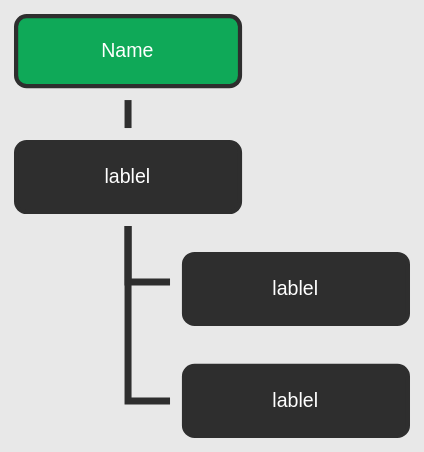
Earlier version of the draw.io export statics/imgs/init-Page-6.svg (pegandoasmanhas/init). Source tidied: cells renumbered, new cells last; positions are measured from the earlier drawing's top-left corner, leaving out a move shared by most shapes. Source of this version:
```xml
<mxGraphModel background="#E8E8E8">
  <root>
    <mxCell id="0" />
    <mxCell id="1" parent="0" />
    <mxCell id="2" style="rounded=0;jettySize=auto;html=1;fontSize=14;fontColor=#FFFFFF;endArrow=none;endFill=0;strokeWidth=5;targetPerimeterSpacing=10;sourcePerimeterSpacing=10;strokeColor=#2E2E2E;" parent="1" edge="1" source="3" target="5">
      <mxGeometry relative="1" as="geometry" />
    </mxCell>
    <object id="3" label="%lablel%" lablel="Name" placeholders="1">
      <mxCell style="rounded=1;whiteSpace=wrap;html=1;fontSize=14;fontColor=#FFFFFF;fillColor=#0FA958;strokeColor=#2E2E2E;strokeWidth=3;" parent="1" vertex="1">
        <mxGeometry width="160" height="50" as="geometry" />
      </mxCell>
    </object>
    <mxCell id="4" style="edgeStyle=orthogonalEdgeStyle;rounded=0;jettySize=auto;html=1;fontSize=14;fontColor=#FFFFFF;endArrow=none;endFill=0;sourcePerimeterSpacing=10;targetPerimeterSpacing=10;strokeColor=#2E2E2E;strokeWidth=5;" parent="1" edge="1" source="5" target="8">
      <mxGeometry relative="1" as="geometry">
        <Array as="points">
          <mxPoint x="80" y="275" />
        </Array>
      </mxGeometry>
    </mxCell>
    <object id="5" label="%lablel%" lablel="lablel" placeholders="1">
      <mxCell style="rounded=1;whiteSpace=wrap;html=1;fontSize=14;fontColor=#FFFFFF;strokeWidth=3;strokeColor=#2E2E2E;fillColor=#2E2E2E;" parent="1" vertex="1">
        <mxGeometry y="90" width="160" height="50" as="geometry" />
      </mxCell>
    </object>
    <mxCell id="6" style="edgeStyle=orthogonalEdgeStyle;rounded=0;jettySize=auto;html=1;fontSize=14;fontColor=#FFFFFF;endArrow=none;endFill=0;sourcePerimeterSpacing=10;targetPerimeterSpacing=10;strokeColor=#2E2E2E;strokeWidth=5;" parent="1" edge="1" source="7" target="5">
      <mxGeometry relative="1" as="geometry">
        <Array as="points">
          <mxPoint x="80" y="190" />
        </Array>
      </mxGeometry>
    </mxCell>
    <object id="7" label="&lt;font face=&quot;helvetica&quot;&gt;%lablel%&lt;/font&gt;" lablel="lablel" placeholders="1">
      <mxCell style="rounded=1;whiteSpace=wrap;html=1;fontSize=14;fillColor=#2E2E2E;fontColor=#FFFFFF;strokeColor=#2E2E2E;strokeWidth=3;" parent="1" vertex="1">
        <mxGeometry x="120" y="170" width="160" height="50" as="geometry" />
      </mxCell>
    </object>
    <object id="8" label="%lablel%" lablel="lablel" placeholders="1">
      <mxCell style="rounded=1;whiteSpace=wrap;html=1;fontSize=14;fillColor=#2E2E2E;fontColor=#FFFFFF;strokeColor=#2E2E2E;strokeWidth=3;" parent="1" vertex="1">
        <mxGeometry x="120" y="250" width="160" height="50" as="geometry" />
      </mxCell>
    </object>
  </root>
</mxGraphModel>
```
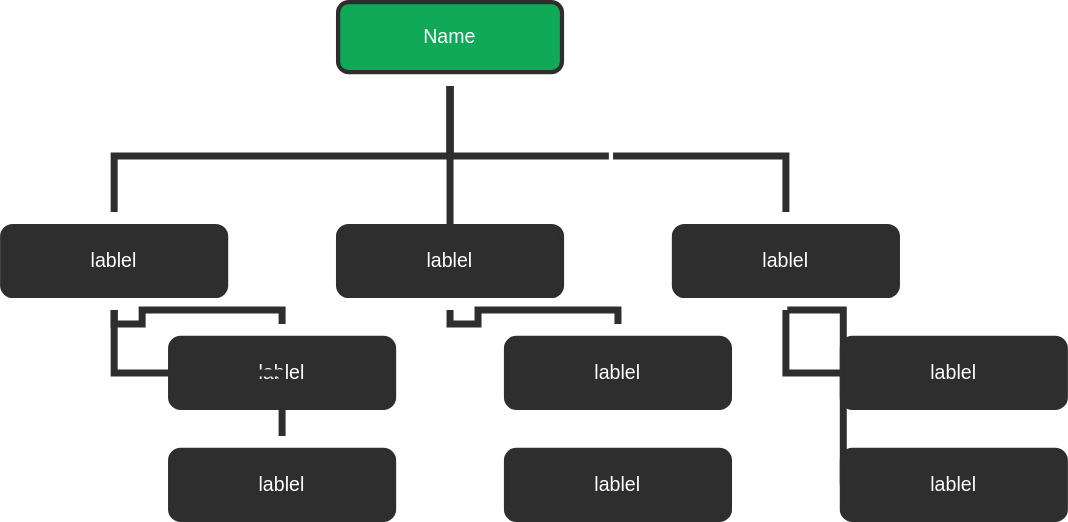
After the change.

Change to the diagram source:
```diff
@@ -1,33 +1,40 @@
-<mxGraphModel background="#E8E8E8">
+<mxGraphModel>
   <root>
     <mxCell id="0" />
     <mxCell id="1" parent="0" />
-    <mxCell id="2" style="rounded=0;jettySize=auto;html=1;fontSize=14;fontColor=#FFFFFF;endArrow=none;endFill=0;strokeWidth=5;targetPerimeterSpacing=10;sourcePerimeterSpacing=10;strokeColor=#2E2E2E;" parent="1" edge="1" source="3" target="5">
-      <mxGeometry relative="1" as="geometry" />
+    <mxCell id="2" style="rounded=0;jettySize=auto;html=1;fontSize=14;fontColor=#FFFFFF;endArrow=none;endFill=0;strokeWidth=5;targetPerimeterSpacing=10;sourcePerimeterSpacing=10;strokeColor=#2E2E2E;edgeStyle=orthogonalEdgeStyle;" parent="1" edge="1" source="3" target="5">
+      <mxGeometry relative="1" as="geometry">
+        <Array as="points">
+          <mxPoint x="320" y="40" />
+          <mxPoint x="80" y="40" />
+        </Array>
+      </mxGeometry>
     </mxCell>
+    <mxCell id="9" style="rounded=0;jettySize=auto;html=1;entryX=0.5;entryY=0;entryDx=0;entryDy=0;fontSize=14;fontColor=#FFFFFF;endArrow=none;endFill=0;sourcePerimeterSpacing=10;targetPerimeterSpacing=10;strokeColor=#2E2E2E;strokeWidth=5;" parent="1" edge="1" source="3" target="11">
+      <mxGeometry relative="1" as="geometry" />
+    </mxCell>
     <object id="3" label="%lablel%" lablel="Name" placeholders="1">
       <mxCell style="rounded=1;whiteSpace=wrap;html=1;fontSize=14;fontColor=#FFFFFF;fillColor=#0FA958;strokeColor=#2E2E2E;strokeWidth=3;" parent="1" vertex="1">
-        <mxGeometry width="160" height="50" as="geometry" />
+        <mxGeometry x="240" y="-70" width="160" height="50" as="geometry" />
       </mxCell>
     </object>
-    <mxCell id="4" style="edgeStyle=orthogonalEdgeStyle;rounded=0;jettySize=auto;html=1;fontSize=14;fontColor=#FFFFFF;endArrow=none;endFill=0;sourcePerimeterSpacing=10;targetPerimeterSpacing=10;strokeColor=#2E2E2E;strokeWidth=5;" parent="1" edge="1" source="5" target="8">
-      <mxGeometry relative="1" as="geometry">
-        <Array as="points">
-          <mxPoint x="80" y="275" />
-        </Array>
-      </mxGeometry>
-    </mxCell>
+    <mxCell id="10" value="\" style="rounded=0;orthogonalLoop=1;jettySize=auto;html=1;fontSize=14;fontColor=#FFFFFF;endArrow=none;endFill=0;strokeWidth=5;targetPerimeterSpacing=10;sourcePerimeterSpacing=10;strokeColor=#2E2E2E;edgeStyle=orthogonalEdgeStyle;exitX=0.5;exitY=1;exitDx=0;exitDy=0;" parent="1" edge="1">
+      <mxGeometry relative="1" as="geometry">
+        <mxPoint x="320" y="-10" as="sourcePoint" />
+        <mxPoint x="560" y="80" as="targetPoint" />
+        <Array as="points">
+          <mxPoint x="320" y="40" />
+          <mxPoint x="560" y="40" />
+        </Array>
+      </mxGeometry>
+    </mxCell>
     <object id="5" label="%lablel%" lablel="lablel" placeholders="1">
       <mxCell style="rounded=1;whiteSpace=wrap;html=1;fontSize=14;fontColor=#FFFFFF;strokeWidth=3;strokeColor=#2E2E2E;fillColor=#2E2E2E;" parent="1" vertex="1">
         <mxGeometry y="90" width="160" height="50" as="geometry" />
       </mxCell>
     </object>
     <mxCell id="6" style="edgeStyle=orthogonalEdgeStyle;rounded=0;jettySize=auto;html=1;fontSize=14;fontColor=#FFFFFF;endArrow=none;endFill=0;sourcePerimeterSpacing=10;targetPerimeterSpacing=10;strokeColor=#2E2E2E;strokeWidth=5;" parent="1" edge="1" source="7" target="5">
-      <mxGeometry relative="1" as="geometry">
-        <Array as="points">
-          <mxPoint x="80" y="190" />
-        </Array>
-      </mxGeometry>
+      <mxGeometry x="580" y="520" as="geometry" />
     </mxCell>
     <object id="7" label="&lt;font face=&quot;helvetica&quot;&gt;%lablel%&lt;/font&gt;" lablel="lablel" placeholders="1">
       <mxCell style="rounded=1;whiteSpace=wrap;html=1;fontSize=14;fillColor=#2E2E2E;fontColor=#FFFFFF;strokeColor=#2E2E2E;strokeWidth=3;" parent="1" vertex="1">
@@ -39,5 +46,50 @@
         <mxGeometry x="120" y="250" width="160" height="50" as="geometry" />
       </mxCell>
     </object>
+    <mxCell id="4" style="edgeStyle=orthogonalEdgeStyle;rounded=0;jettySize=auto;html=1;fontSize=14;fontColor=#FFFFFF;endArrow=none;endFill=0;sourcePerimeterSpacing=10;targetPerimeterSpacing=10;strokeColor=#2E2E2E;strokeWidth=5;" parent="1" edge="1" source="5" target="8">
+      <mxGeometry x="580" y="520" as="geometry" />
+    </mxCell>
+    <object id="11" label="%lablel%" lablel="lablel" placeholders="1">
+      <mxCell style="rounded=1;whiteSpace=wrap;html=1;fontSize=14;fontColor=#FFFFFF;strokeWidth=3;strokeColor=#2E2E2E;fillColor=#2E2E2E;" parent="1" vertex="1">
+        <mxGeometry x="240" y="90" width="160" height="50" as="geometry" />
+      </mxCell>
+    </object>
+    <mxCell id="12" style="edgeStyle=orthogonalEdgeStyle;rounded=0;jettySize=auto;html=1;fontSize=14;fontColor=#FFFFFF;endArrow=none;endFill=0;sourcePerimeterSpacing=10;targetPerimeterSpacing=10;strokeColor=#2E2E2E;strokeWidth=5;" parent="1" edge="1" source="13" target="11">
+      <mxGeometry x="580" y="520" as="geometry" />
+    </mxCell>
+    <object id="13" label="&lt;font face=&quot;helvetica&quot;&gt;%lablel%&lt;/font&gt;" lablel="lablel" placeholders="1">
+      <mxCell style="rounded=1;whiteSpace=wrap;html=1;fontSize=14;fillColor=#2E2E2E;fontColor=#FFFFFF;strokeColor=#2E2E2E;strokeWidth=3;" parent="1" vertex="1">
+        <mxGeometry x="360" y="170" width="160" height="50" as="geometry" />
+      </mxCell>
+    </object>
+    <object id="14" label="%lablel%" lablel="lablel" placeholders="1">
+      <mxCell style="rounded=1;whiteSpace=wrap;html=1;fontSize=14;fillColor=#2E2E2E;fontColor=#FFFFFF;strokeColor=#2E2E2E;strokeWidth=3;" parent="1" vertex="1">
+        <mxGeometry x="360" y="250" width="160" height="50" as="geometry" />
+      </mxCell>
+    </object>
+    <mxCell id="15" style="edgeStyle=orthogonalEdgeStyle;rounded=0;jettySize=auto;html=1;entryX=0;entryY=0.5;entryDx=0;entryDy=0;fontSize=14;fontColor=#FFFFFF;endArrow=none;endFill=0;sourcePerimeterSpacing=10;targetPerimeterSpacing=10;strokeColor=#2E2E2E;strokeWidth=5;" parent="1" edge="1" source="17" target="18">
+      <mxGeometry relative="1" as="geometry" />
+    </mxCell>
+    <mxCell id="16" style="edgeStyle=orthogonalEdgeStyle;rounded=0;orthogonalLoop=1;jettySize=auto;html=1;entryX=0;entryY=0.5;entryDx=0;entryDy=0;fontSize=14;fontColor=#FFFFFF;endArrow=none;endFill=0;sourcePerimeterSpacing=10;targetPerimeterSpacing=10;strokeColor=#2E2E2E;strokeWidth=5;" parent="1" edge="1">
+      <mxGeometry relative="1" as="geometry">
+        <mxPoint x="561" y="150" as="sourcePoint" />
+        <mxPoint x="601" y="275" as="targetPoint" />
+      </mxGeometry>
+    </mxCell>
+    <object id="17" label="%lablel%" lablel="lablel" placeholders="1">
+      <mxCell style="rounded=1;whiteSpace=wrap;html=1;fontSize=14;fontColor=#FFFFFF;strokeWidth=3;strokeColor=#2E2E2E;fillColor=#2E2E2E;" parent="1" vertex="1">
+        <mxGeometry x="480" y="90" width="160" height="50" as="geometry" />
+      </mxCell>
+    </object>
+    <object id="18" label="&lt;font face=&quot;helvetica&quot;&gt;%lablel%&lt;/font&gt;" lablel="lablel" placeholders="1">
+      <mxCell style="rounded=1;whiteSpace=wrap;html=1;fontSize=14;fillColor=#2E2E2E;fontColor=#FFFFFF;strokeColor=#2E2E2E;strokeWidth=3;" parent="1" vertex="1">
+        <mxGeometry x="600" y="170" width="160" height="50" as="geometry" />
+      </mxCell>
+    </object>
+    <object id="19" label="%lablel%" lablel="lablel" placeholders="1">
+      <mxCell style="rounded=1;whiteSpace=wrap;html=1;fontSize=14;fillColor=#2E2E2E;fontColor=#FFFFFF;strokeColor=#2E2E2E;strokeWidth=3;" parent="1" vertex="1">
+        <mxGeometry x="600" y="250" width="160" height="50" as="geometry" />
+      </mxCell>
+    </object>
   </root>
 </mxGraphModel>
```
